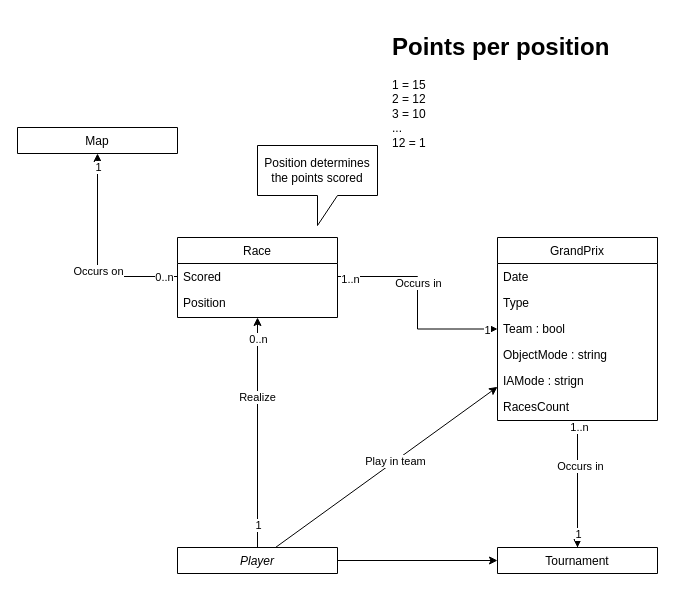
Drnkmstr/MKTournament keeps this draw.io diagram as doc/MKTournament.drawio. Above is the earlier version. Source tidied: cells renumbered, new cells numbered last; positions are measured from the earlier drawing's top-left corner, leaving out a move shared by most shapes. Both pictures are drawn from the tidied source at 100%, with x=0, y=0 at pixel (17, 27).
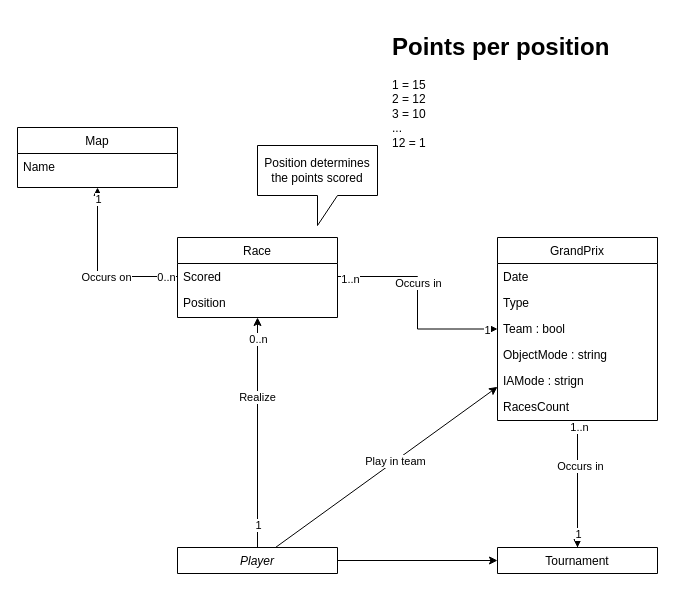
The same diagram, later.

Diff of the diagram source:
```diff
@@
-    <mxCell id="26" value="Map" style="swimlane;fontStyle=0;align=center;verticalAlign=top;horizontal=1;startSize=26;rounded=0;shadow=0;strokeWidth=1;" parent="1" vertex="1" collapsed="1">
-      <mxGeometry y="100" width="160" height="26" as="geometry" />
+    <mxCell id="26" value="Map" style="swimlane;fontStyle=0;align=center;verticalAlign=top;horizontal=1;startSize=26;rounded=0;shadow=0;strokeWidth=1;" parent="1" vertex="1">
+      <mxGeometry y="100" width="160" height="60" as="geometry" />
     </mxCell>
+    <mxCell id="37" value="Name" style="text;align=left;verticalAlign=top;spacingLeft=4;spacingRight=4;overflow=hidden;" parent="26" vertex="1">
+      <mxGeometry y="26" width="160" height="26" as="geometry" />
+    </mxCell>
```
